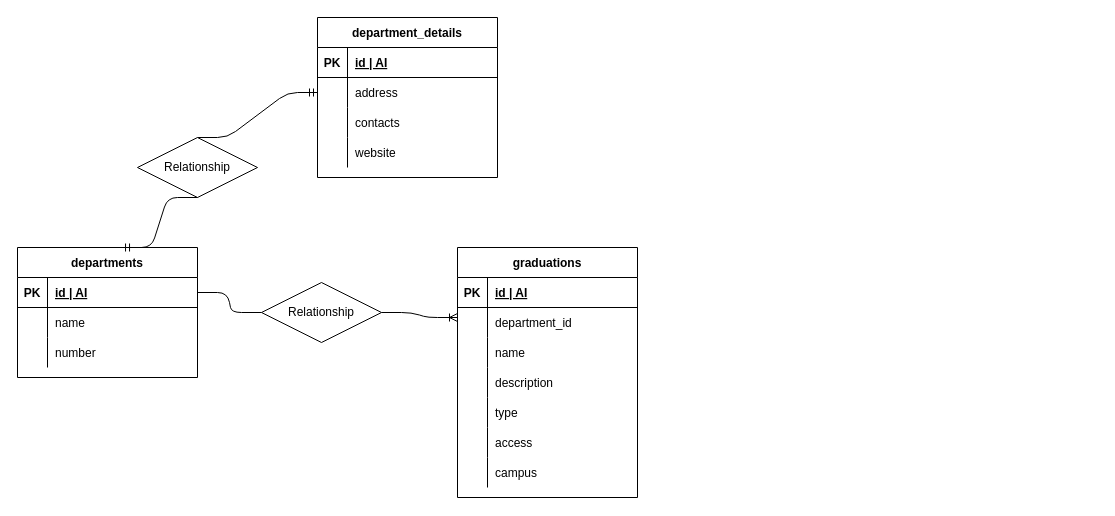
This is db-university.drawio from DoinaGanceriuc/db-university, a draw.io file, before an edit. Source tidied: cells renumbered, new cells numbered last; positions are measured from the earlier drawing's top-left corner, leaving out a move shared by most shapes. Both pictures are drawn from the tidied source at 100%, with x=0, y=0 at pixel (17, 17).
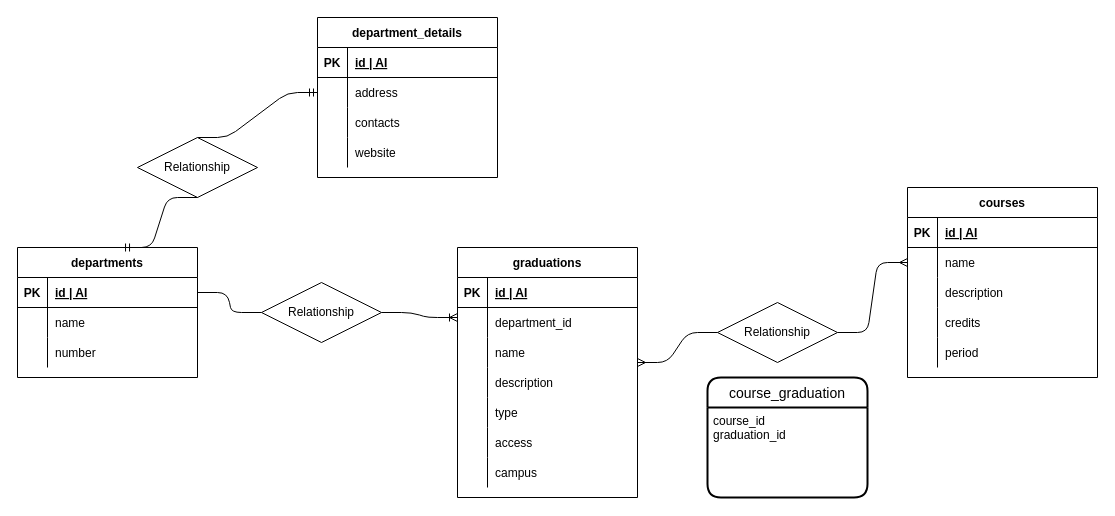
The same page after the edit.

Commit message:
add courses table

The edit, as a diff of the source:
```diff
@@
+    <mxCell id="53" value="courses" style="shape=table;startSize=30;childLayout=tableLayout;rowLines=0;fontStyle=1;align=center;" parent="1" vertex="1">
+      <mxGeometry x="890" y="170" width="190" height="190" as="geometry" />
+    </mxCell>
+    <mxCell id="54" style="shape=partialRectangle;fillColor=none;top=0;left=0;bottom=1;right=0;" parent="53" vertex="1">
+      <mxGeometry y="30" width="190" height="30" as="geometry" />
+    </mxCell>
+    <mxCell id="55" value="PK" style="shape=partialRectangle;fillColor=none;top=0;left=0;bottom=0;right=0;fontStyle=1;overflow=hidden;" parent="54" vertex="1">
+      <mxGeometry width="30" height="30" as="geometry" />
+    </mxCell>
+    <mxCell id="56" value="id | AI" style="shape=partialRectangle;fillColor=none;top=0;left=0;bottom=0;right=0;align=left;spacingLeft=6;fontStyle=5;overflow=hidden;" parent="54" vertex="1">
+      <mxGeometry x="30" width="160" height="30" as="geometry" />
+    </mxCell>
+    <mxCell id="57" style="shape=partialRectangle;fillColor=none;top=0;left=0;bottom=0;right=0;points=[[0,0.5],[1,0.5]];portConstraint=eastwest;" parent="53" vertex="1">
+      <mxGeometry y="60" width="190" height="30" as="geometry" />
+    </mxCell>
+    <mxCell id="58" style="shape=partialRectangle;fillColor=none;top=0;left=0;bottom=0;right=0;overflow=hidden;" parent="57" vertex="1">
+      <mxGeometry width="30" height="30" as="geometry" />
+    </mxCell>
+    <mxCell id="59" value="name" style="shape=partialRectangle;fillColor=none;top=0;left=0;bottom=0;right=0;align=left;spacingLeft=6;overflow=hidden;" parent="57" vertex="1">
+      <mxGeometry x="30" width="160" height="30" as="geometry" />
+    </mxCell>
+    <mxCell id="60" style="shape=partialRectangle;fillColor=none;top=0;left=0;bottom=0;right=0;" parent="53" vertex="1">
+      <mxGeometry y="90" width="190" height="30" as="geometry" />
+    </mxCell>
+    <mxCell id="61" style="shape=partialRectangle;fillColor=none;top=0;left=0;bottom=0;right=0;overflow=hidden;" parent="60" vertex="1">
+      <mxGeometry width="30" height="30" as="geometry" />
+    </mxCell>
+    <mxCell id="62" value="description" style="shape=partialRectangle;fillColor=none;top=0;left=0;bottom=0;right=0;align=left;spacingLeft=6;overflow=hidden;" parent="60" vertex="1">
+      <mxGeometry x="30" width="160" height="30" as="geometry" />
+    </mxCell>
+    <mxCell id="63" style="shape=partialRectangle;fillColor=none;top=0;left=0;bottom=0;right=0;" parent="53" vertex="1">
+      <mxGeometry y="120" width="190" height="30" as="geometry" />
+    </mxCell>
+    <mxCell id="64" style="shape=partialRectangle;fillColor=none;top=0;left=0;bottom=0;right=0;overflow=hidden;" parent="63" vertex="1">
+      <mxGeometry width="30" height="30" as="geometry" />
+    </mxCell>
+    <mxCell id="65" value="credits" style="shape=partialRectangle;fillColor=none;top=0;left=0;bottom=0;right=0;align=left;spacingLeft=6;overflow=hidden;" parent="63" vertex="1">
+      <mxGeometry x="30" width="160" height="30" as="geometry" />
+    </mxCell>
+    <mxCell id="66" style="shape=partialRectangle;fillColor=none;top=0;left=0;bottom=0;right=0;" parent="53" vertex="1">
+      <mxGeometry y="150" width="190" height="30" as="geometry" />
+    </mxCell>
+    <mxCell id="67" style="shape=partialRectangle;fillColor=none;top=0;left=0;bottom=0;right=0;overflow=hidden;" parent="66" vertex="1">
+      <mxGeometry width="30" height="30" as="geometry" />
+    </mxCell>
+    <mxCell id="68" value="period" style="shape=partialRectangle;fillColor=none;top=0;left=0;bottom=0;right=0;align=left;spacingLeft=6;overflow=hidden;" parent="66" vertex="1">
+      <mxGeometry x="30" width="160" height="30" as="geometry" />
+    </mxCell>
+    <mxCell id="69" style="edgeStyle=entityRelationEdgeStyle;fontSize=12;html=1;endArrow=ERmany;startArrow=none;entryX=0;entryY=0.5;entryDx=0;entryDy=0;" parent="1" edge="1" source="70" target="57">
+      <mxGeometry relative="1" as="geometry" />
+    </mxCell>
+    <mxCell id="70" value="Relationship" style="shape=rhombus;perimeter=rhombusPerimeter;whiteSpace=wrap;html=1;align=center;" parent="1" vertex="1">
+      <mxGeometry x="700" y="285" width="120" height="60" as="geometry" />
+    </mxCell>
+    <mxCell id="71" style="edgeStyle=entityRelationEdgeStyle;fontSize=12;html=1;endArrow=none;startArrow=ERmany;entryX=0;entryY=0.5;entryDx=0;entryDy=0;" parent="1" edge="1" target="70">
+      <mxGeometry relative="1" as="geometry">
+        <mxPoint x="620" y="345" as="sourcePoint" />
+      </mxGeometry>
+    </mxCell>
+    <mxCell id="72" value="course_graduation" style="swimlane;horizontal=1;startSize=30;rounded=1;fontSize=14;fontStyle=0;strokeWidth=2;shadow=0;dashed=0;align=center;" parent="1" vertex="1">
+      <mxGeometry x="690" y="360" width="160" height="120" as="geometry" />
+    </mxCell>
+    <mxCell id="73" value="course_id&#10;graduation_id" style="align=left;strokeColor=none;fillColor=none;spacingLeft=4;fontSize=12;verticalAlign=top;" parent="72" vertex="1">
+      <mxGeometry y="30" width="160" height="90" as="geometry" />
+    </mxCell>
```
